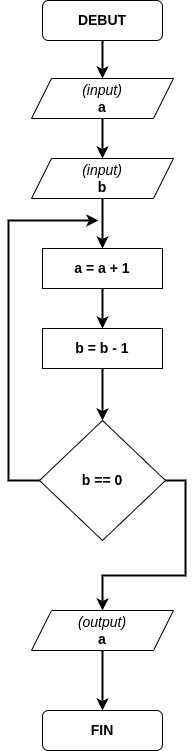
Above: 1M/algo/tests/graphs/graph1.drawio.png in vkeller/modulo-gybe (draw.io), before the change. Source tidied: cells renumbered, new cells last; positions are measured from the earlier drawing's top-left corner, leaving out a move shared by most shapes.
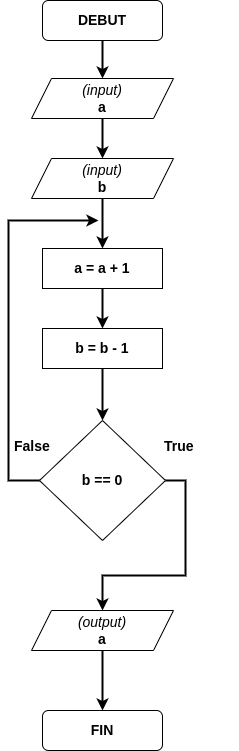
After the change.

Diff of the diagram source:
```diff
@@ -56,5 +56,11 @@
         </Array>
       </mxGeometry>
     </mxCell>
+    <mxCell id="18" value="True" style="text;strokeColor=none;fillColor=none;align=left;verticalAlign=middle;spacingLeft=4;spacingRight=4;overflow=hidden;fontSize=14;fontStyle=1;" parent="1" vertex="1">
+      <mxGeometry x="150" y="430" width="80" height="30" as="geometry" />
+    </mxCell>
+    <mxCell id="19" value="False" style="text;strokeColor=none;fillColor=none;align=left;verticalAlign=middle;spacingLeft=4;spacingRight=4;overflow=hidden;fontSize=14;fontStyle=1;" parent="1" vertex="1">
+      <mxGeometry y="430" width="80" height="30" as="geometry" />
+    </mxCell>
   </root>
 </mxGraphModel>
```
